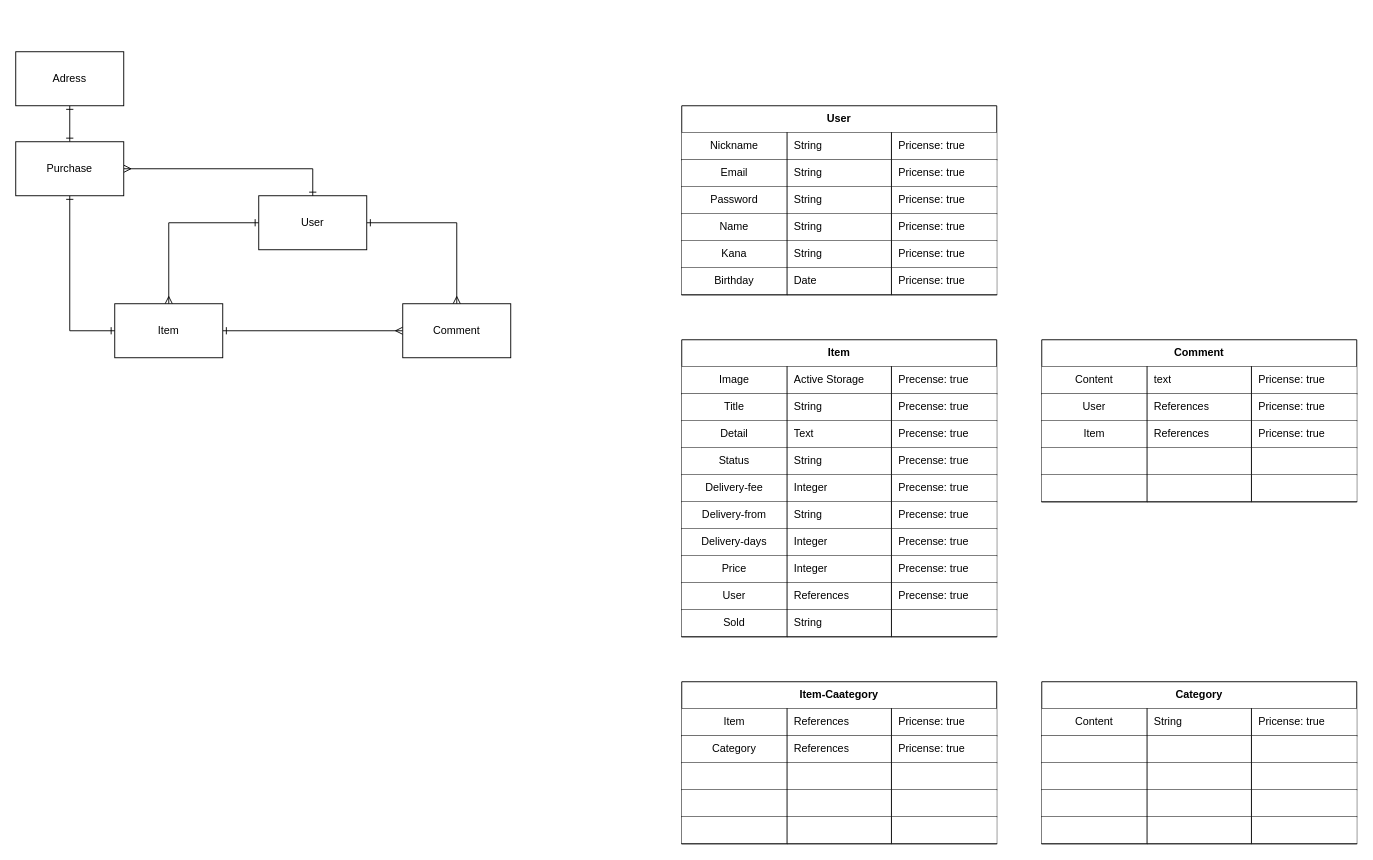
Earlier version of the draw.io diagram er.drawio (ken-is-engineer/furima-34416). Source tidied: cells renumbered, new cells numbered last; positions are measured from the earlier drawing's top-left corner, leaving out a move shared by most shapes. Both pictures are drawn from the tidied source at 90%, with x=0, y=0 at pixel (15, 51).
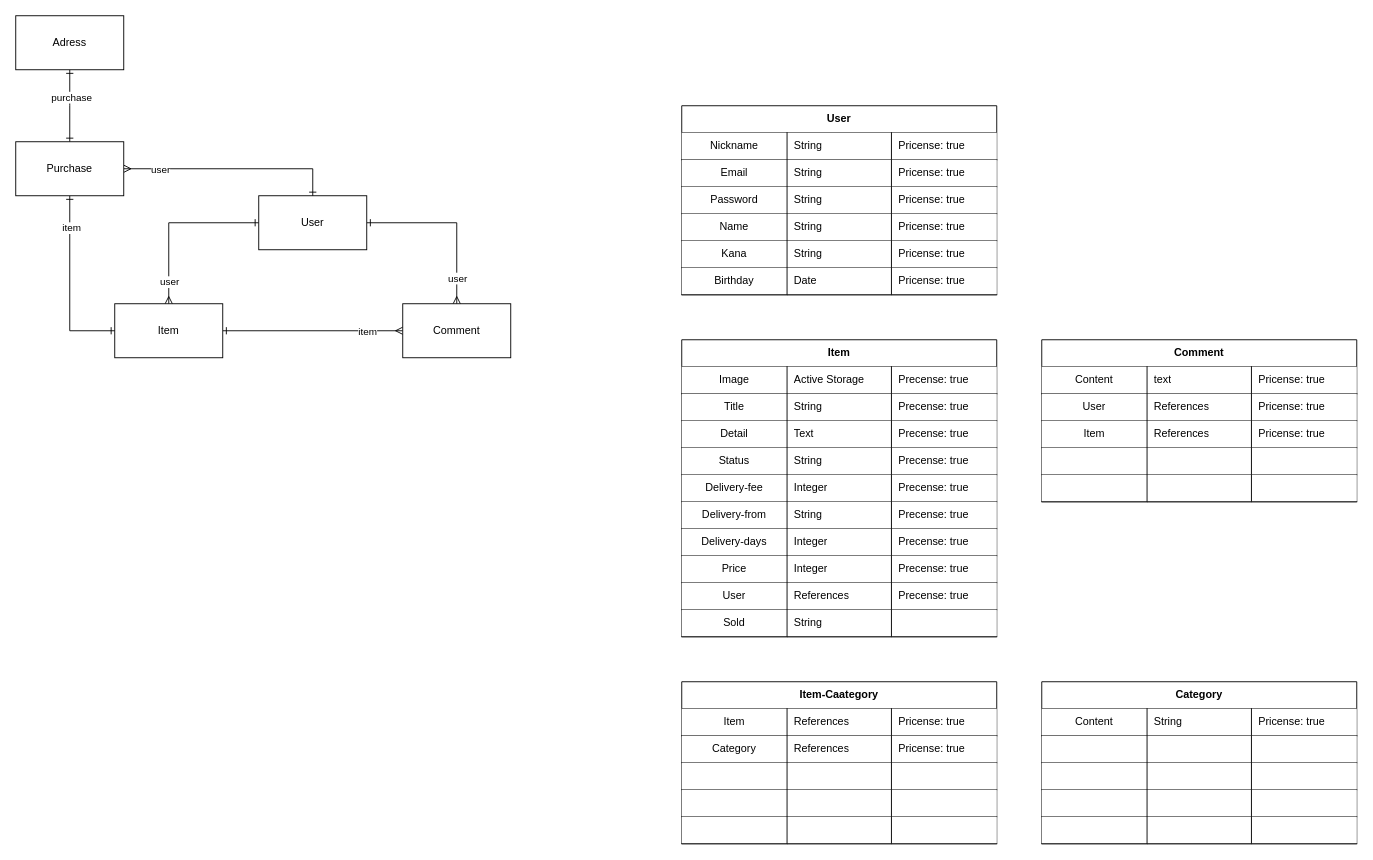
After the change.

Unchanged cells that the change refers to:
```xml
<mxCell id="2" style="edgeStyle=orthogonalEdgeStyle;rounded=0;jettySize=auto;html=1;exitX=0;exitY=0.5;exitDx=0;exitDy=0;entryX=0.5;entryY=0;entryDx=0;entryDy=0;startArrow=ERone;startFill=0;endArrow=ERmany;endFill=0;" parent="1" edge="1" source="4" target="6">
  <mxGeometry relative="1" as="geometry">
    <Array as="points">
      <mxPoint x="170" y="190" />
    </Array>
  </mxGeometry>
</mxCell>
<mxCell id="3" style="edgeStyle=orthogonalEdgeStyle;rounded=0;jettySize=auto;html=1;exitX=1;exitY=0.5;exitDx=0;exitDy=0;entryX=0.5;entryY=0;entryDx=0;entryDy=0;startArrow=ERone;startFill=0;endArrow=ERmany;endFill=0;" parent="1" edge="1" source="4" target="7">
  <mxGeometry relative="1" as="geometry" />
</mxCell>
<mxCell id="5" style="edgeStyle=orthogonalEdgeStyle;rounded=0;jettySize=auto;html=1;exitX=1;exitY=0.5;exitDx=0;exitDy=0;startArrow=ERone;startFill=0;endArrow=ERmany;endFill=0;entryX=0;entryY=0.5;entryDx=0;entryDy=0;" parent="1" edge="1" source="6" target="7">
  <mxGeometry relative="1" as="geometry" />
</mxCell>
<mxCell id="8" style="edgeStyle=orthogonalEdgeStyle;rounded=0;jettySize=auto;html=1;startArrow=ERone;startFill=0;endArrow=ERone;endFill=0;exitX=0;exitY=0.5;exitDx=0;exitDy=0;" parent="1" edge="1" source="6" target="11">
  <mxGeometry relative="1" as="geometry" />
</mxCell>
<mxCell id="9" style="edgeStyle=orthogonalEdgeStyle;rounded=0;jettySize=auto;html=1;exitX=0.5;exitY=1;exitDx=0;exitDy=0;entryX=0.5;entryY=0;entryDx=0;entryDy=0;startArrow=ERone;startFill=0;endArrow=ERone;endFill=0;" parent="1" edge="1" source="99" target="11">
  <mxGeometry relative="1" as="geometry">
    <Array as="points">
      <mxPoint x="60" y="60" />
      <mxPoint x="60" y="100" />
    </Array>
  </mxGeometry>
</mxCell>
<mxCell id="10" style="edgeStyle=orthogonalEdgeStyle;rounded=0;jettySize=auto;html=1;exitX=1;exitY=0.5;exitDx=0;exitDy=0;entryX=0.5;entryY=0;entryDx=0;entryDy=0;startArrow=ERmany;startFill=0;endArrow=ERone;endFill=0;" parent="1" edge="1" source="11" target="4">
  <mxGeometry relative="1" as="geometry" />
</mxCell>
```

What changed in the source:
```diff
@@
+    <mxCell id="142" value="user" style="edgeLabel;html=1;align=center;verticalAlign=middle;" parent="2" vertex="1">
+      <mxGeometry x="0.45" y="1" relative="1" as="geometry">
+        <mxPoint x="-1" y="27" as="offset" />
+      </mxGeometry>
+    </mxCell>
@@
+    <mxCell id="143" value="user" style="edgeLabel;html=1;align=center;verticalAlign=middle;" parent="3" vertex="1">
+      <mxGeometry x="0.69" relative="1" as="geometry" />
+    </mxCell>
@@
+    <mxCell id="144" value="item" style="edgeLabel;html=1;align=center;verticalAlign=middle;" parent="5" vertex="1">
+      <mxGeometry x="0.72" relative="1" as="geometry">
+        <mxPoint x="-12" as="offset" />
+      </mxGeometry>
+    </mxCell>
@@
+    <mxCell id="145" value="item" style="edgeLabel;html=1;align=center;verticalAlign=middle;" parent="8" vertex="1">
+      <mxGeometry x="0.65" y="-1" relative="1" as="geometry" />
+    </mxCell>
@@
+    <mxCell id="146" value="purchase" style="edgeLabel;html=1;align=center;verticalAlign=middle;" parent="9" vertex="1">
+      <mxGeometry x="-0.25" y="1" relative="1" as="geometry" />
+    </mxCell>
@@
+    <mxCell id="147" value="user" style="edgeLabel;html=1;align=center;verticalAlign=middle;" parent="10" vertex="1">
+      <mxGeometry x="-0.79" y="-1" relative="1" as="geometry">
+        <mxPoint x="15" y="-1" as="offset" />
+      </mxGeometry>
+    </mxCell>
@@
     <mxCell id="99" value="Adress" style="whiteSpace=wrap;html=1;" parent="1" vertex="1">
-      <mxGeometry width="120" height="60" as="geometry" />
+      <mxGeometry y="-40" width="120" height="60" as="geometry" />
     </mxCell>
```
